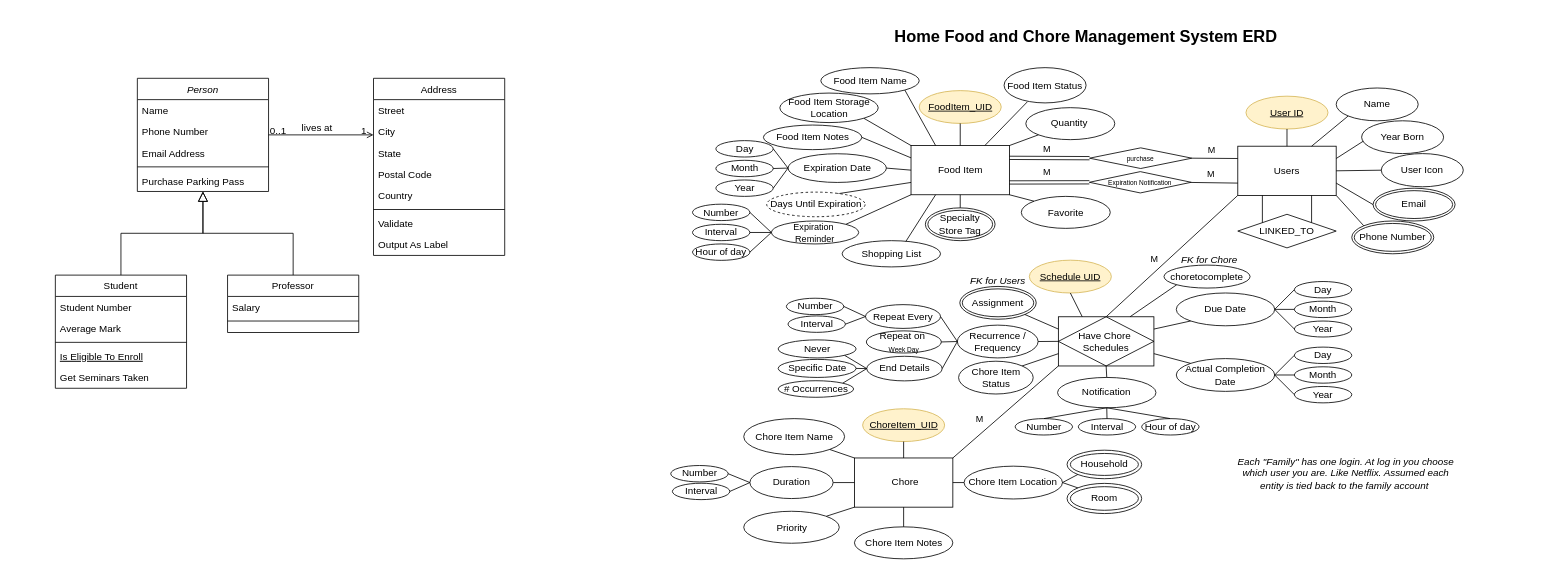
This is Final Project/Diagrams/ClassDiagram.drawio from k-wtamu/CIDM6330, a draw.io file, before an edit. Source tidied: cells renumbered, new cells numbered last; positions are measured from the earlier drawing's top-left corner, leaving out a move shared by most shapes. Both pictures are drawn from the tidied source at 82%, with x=0, y=0 at pixel (55, 20).
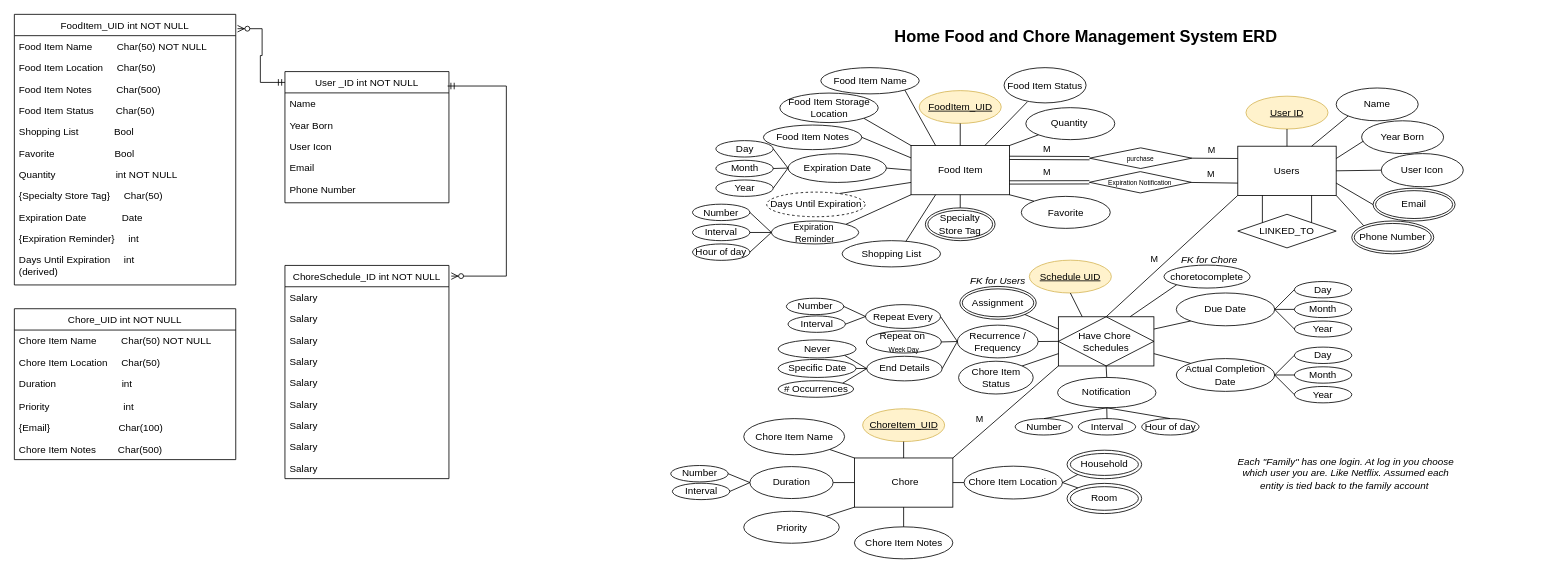
After the change.

Diff of the diagram source:
```diff
@@
-    <mxCell id="2" value="Person" style="swimlane;fontStyle=2;align=center;verticalAlign=top;horizontal=1;startSize=26;rounded=0;shadow=0;strokeWidth=1;" parent="1" vertex="1">
-      <mxGeometry x="100" y="70" width="160" height="138" as="geometry" />
+    <mxCell id="2" value="FoodItem_UID int NOT NULL" style="swimlane;fontStyle=0;align=center;verticalAlign=top;horizontal=1;startSize=26;rounded=0;shadow=0;strokeWidth=1;" parent="1" vertex="1">
+      <mxGeometry x="-50" y="-8" width="270" height="330" as="geometry" />
     </mxCell>
-    <mxCell id="3" value="Name" style="text;align=left;verticalAlign=top;spacingLeft=4;spacingRight=4;overflow=hidden;" parent="2" vertex="1">
-      <mxGeometry y="26" width="160" height="26" as="geometry" />
+    <mxCell id="3" value="Food Item Name         Char(50) NOT NULL" style="text;align=left;verticalAlign=top;spacingLeft=4;spacingRight=4;overflow=hidden;" parent="2" vertex="1">
+      <mxGeometry y="26" width="270" height="26" as="geometry" />
     </mxCell>
-    <mxCell id="4" value="Phone Number" style="text;align=left;verticalAlign=top;spacingLeft=4;spacingRight=4;overflow=hidden;rounded=0;shadow=0;html=0;" parent="2" vertex="1">
-      <mxGeometry y="52" width="160" height="26" as="geometry" />
+    <mxCell id="4" value="Food Item Location     Char(50) " style="text;align=left;verticalAlign=top;spacingLeft=4;spacingRight=4;overflow=hidden;rounded=0;shadow=0;html=0;" parent="2" vertex="1">
+      <mxGeometry y="52" width="270" height="26" as="geometry" />
     </mxCell>
-    <mxCell id="5" value="Email Address" style="text;align=left;verticalAlign=top;spacingLeft=4;spacingRight=4;overflow=hidden;rounded=0;shadow=0;html=0;" parent="2" vertex="1">
-      <mxGeometry y="78" width="160" height="26" as="geometry" />
+    <mxCell id="5" value="Food Item Notes         Char(500) " style="text;align=left;verticalAlign=top;spacingLeft=4;spacingRight=4;overflow=hidden;rounded=0;shadow=0;html=0;" parent="2" vertex="1">
+      <mxGeometry y="78" width="270" height="26" as="geometry" />
     </mxCell>
-    <mxCell id="6" style="line;html=1;strokeWidth=1;align=left;verticalAlign=middle;spacingTop=-1;spacingLeft=3;spacingRight=3;labelPosition=right;" parent="2" vertex="1">
-      <mxGeometry y="104" width="160" height="8" as="geometry" />
-    </mxCell>
+    <mxCell id="175" value="Food Item Status        Char(50) " style="text;align=left;verticalAlign=top;spacingLeft=4;spacingRight=4;overflow=hidden;" parent="2" vertex="1">
+      <mxGeometry y="104" width="270" height="26" as="geometry" />
+    </mxCell>
+    <mxCell id="176" value="Shopping List             Bool" style="text;align=left;verticalAlign=top;spacingLeft=4;spacingRight=4;overflow=hidden;" parent="2" vertex="1">
+      <mxGeometry y="130" width="270" height="26" as="geometry" />
+    </mxCell>
+    <mxCell id="177" value="Favorite                      Bool" style="text;align=left;verticalAlign=top;spacingLeft=4;spacingRight=4;overflow=hidden;" parent="2" vertex="1">
+      <mxGeometry y="156" width="270" height="26" as="geometry" />
+    </mxCell>
+    <mxCell id="178" value="Quantity                      int NOT NULL" style="text;align=left;verticalAlign=top;spacingLeft=4;spacingRight=4;overflow=hidden;" parent="2" vertex="1">
+      <mxGeometry y="182" width="270" height="26" as="geometry" />
+    </mxCell>
+    <mxCell id="179" value="{Specialty Store Tag}     Char(50) " style="text;align=left;verticalAlign=top;spacingLeft=4;spacingRight=4;overflow=hidden;" parent="2" vertex="1">
+      <mxGeometry y="208" width="270" height="26" as="geometry" />
+    </mxCell>
-    <mxCell id="7" value="Purchase Parking Pass" style="text;align=left;verticalAlign=top;spacingLeft=4;spacingRight=4;overflow=hidden;" parent="2" vertex="1">
-      <mxGeometry y="112" width="160" height="26" as="geometry" />
+    <mxCell id="7" value="Expiration Date             Date" style="text;align=left;verticalAlign=top;spacingLeft=4;spacingRight=4;overflow=hidden;" parent="2" vertex="1">
+      <mxGeometry y="234" width="270" height="26" as="geometry" />
     </mxCell>
-    <mxCell id="8" value="Student" style="swimlane;fontStyle=0;align=center;verticalAlign=top;horizontal=1;startSize=26;rounded=0;shadow=0;strokeWidth=1;" parent="1" vertex="1">
-      <mxGeometry y="310" width="160" height="138" as="geometry" />
-    </mxCell>
-    <mxCell id="9" value="Student Number" style="text;align=left;verticalAlign=top;spacingLeft=4;spacingRight=4;overflow=hidden;" parent="8" vertex="1">
-      <mxGeometry y="26" width="160" height="26" as="geometry" />
-    </mxCell>
-    <mxCell id="10" value="Average Mark" style="text;align=left;verticalAlign=top;spacingLeft=4;spacingRight=4;overflow=hidden;rounded=0;shadow=0;html=0;" parent="8" vertex="1">
-      <mxGeometry y="52" width="160" height="26" as="geometry" />
-    </mxCell>
-    <mxCell id="11" style="line;html=1;strokeWidth=1;align=left;verticalAlign=middle;spacingTop=-1;spacingLeft=3;spacingRight=3;labelPosition=right;" parent="8" vertex="1">
-      <mxGeometry y="78" width="160" height="8" as="geometry" />
-    </mxCell>
-    <mxCell id="12" value="Is Eligible To Enroll" style="text;align=left;verticalAlign=top;spacingLeft=4;spacingRight=4;overflow=hidden;fontStyle=4;" parent="8" vertex="1">
-      <mxGeometry y="86" width="160" height="26" as="geometry" />
-    </mxCell>
-    <mxCell id="13" value="Get Seminars Taken" style="text;align=left;verticalAlign=top;spacingLeft=4;spacingRight=4;overflow=hidden;" parent="8" vertex="1">
-      <mxGeometry y="112" width="160" height="26" as="geometry" />
-    </mxCell>
-    <mxCell id="14" style="endArrow=block;endSize=10;endFill=0;shadow=0;strokeWidth=1;rounded=0;curved=0;edgeStyle=elbowEdgeStyle;elbow=vertical;" parent="1" edge="1" source="8" target="2">
-      <mxGeometry relative="1" as="geometry" />
-    </mxCell>
+    <mxCell id="180" value="{Expiration Reminder}     int" style="text;align=left;verticalAlign=top;spacingLeft=4;spacingRight=4;overflow=hidden;" parent="2" vertex="1">
+      <mxGeometry y="260" width="270" height="26" as="geometry" />
+    </mxCell>
+    <mxCell id="181" value="Days Until Expiration     int&#10;(derived)" style="text;align=left;verticalAlign=top;spacingLeft=4;spacingRight=4;overflow=hidden;" parent="2" vertex="1">
+      <mxGeometry y="286" width="270" height="44" as="geometry" />
+    </mxCell>
-    <mxCell id="15" value="Professor" style="swimlane;fontStyle=0;align=center;verticalAlign=top;horizontal=1;startSize=26;rounded=0;shadow=0;strokeWidth=1;" parent="1" vertex="1">
-      <mxGeometry x="210" y="310" width="160" height="70" as="geometry" />
+    <mxCell id="15" value="ChoreSchedule_ID int NOT NULL" style="swimlane;fontStyle=0;align=center;verticalAlign=top;horizontal=1;startSize=26;rounded=0;shadow=0;strokeWidth=1;" parent="1" vertex="1">
+      <mxGeometry x="280" y="298.2" width="200" height="260" as="geometry" />
     </mxCell>
     <mxCell id="16" value="Salary" style="text;align=left;verticalAlign=top;spacingLeft=4;spacingRight=4;overflow=hidden;" parent="15" vertex="1">
-      <mxGeometry y="26" width="160" height="26" as="geometry" />
+      <mxGeometry y="26" width="200" height="26" as="geometry" />
     </mxCell>
-    <mxCell id="17" style="line;html=1;strokeWidth=1;align=left;verticalAlign=middle;spacingTop=-1;spacingLeft=3;spacingRight=3;labelPosition=right;" parent="15" vertex="1">
-      <mxGeometry y="52" width="160" height="8" as="geometry" />
-    </mxCell>
-    <mxCell id="18" style="endArrow=block;endSize=10;endFill=0;shadow=0;strokeWidth=1;rounded=0;curved=0;edgeStyle=elbowEdgeStyle;elbow=vertical;" parent="1" edge="1" source="15" target="2">
-      <mxGeometry relative="1" as="geometry" />
-    </mxCell>
+    <mxCell id="182" value="Salary" style="text;align=left;verticalAlign=top;spacingLeft=4;spacingRight=4;overflow=hidden;" parent="15" vertex="1">
+      <mxGeometry y="52" width="200" height="26" as="geometry" />
+    </mxCell>
+    <mxCell id="183" value="Salary" style="text;align=left;verticalAlign=top;spacingLeft=4;spacingRight=4;overflow=hidden;" parent="15" vertex="1">
+      <mxGeometry y="78" width="200" height="26" as="geometry" />
+    </mxCell>
+    <mxCell id="184" value="Salary" style="text;align=left;verticalAlign=top;spacingLeft=4;spacingRight=4;overflow=hidden;" parent="15" vertex="1">
+      <mxGeometry y="104" width="200" height="26" as="geometry" />
+    </mxCell>
+    <mxCell id="185" value="Salary" style="text;align=left;verticalAlign=top;spacingLeft=4;spacingRight=4;overflow=hidden;" parent="15" vertex="1">
+      <mxGeometry y="130" width="200" height="26" as="geometry" />
+    </mxCell>
+    <mxCell id="186" value="Salary" style="text;align=left;verticalAlign=top;spacingLeft=4;spacingRight=4;overflow=hidden;" parent="15" vertex="1">
+      <mxGeometry y="156" width="200" height="26" as="geometry" />
+    </mxCell>
+    <mxCell id="187" value="Salary" style="text;align=left;verticalAlign=top;spacingLeft=4;spacingRight=4;overflow=hidden;" parent="15" vertex="1">
+      <mxGeometry y="182" width="200" height="26" as="geometry" />
+    </mxCell>
+    <mxCell id="188" value="Salary" style="text;align=left;verticalAlign=top;spacingLeft=4;spacingRight=4;overflow=hidden;" parent="15" vertex="1">
+      <mxGeometry y="208" width="200" height="26" as="geometry" />
+    </mxCell>
+    <mxCell id="189" value="Salary" style="text;align=left;verticalAlign=top;spacingLeft=4;spacingRight=4;overflow=hidden;" parent="15" vertex="1">
+      <mxGeometry y="234" width="200" height="26" as="geometry" />
+    </mxCell>
-    <mxCell id="19" value="Address" style="swimlane;fontStyle=0;align=center;verticalAlign=top;horizontal=1;startSize=26;rounded=0;shadow=0;strokeWidth=1;" parent="1" vertex="1">
-      <mxGeometry x="388" y="70" width="160" height="216" as="geometry" />
+    <mxCell id="19" value="User _ID int NOT NULL" style="swimlane;fontStyle=0;align=center;verticalAlign=top;horizontal=1;startSize=26;rounded=0;shadow=0;strokeWidth=1;" parent="1" vertex="1">
+      <mxGeometry x="280" y="61.8" width="200" height="160" as="geometry" />
     </mxCell>
-    <mxCell id="20" value="Street" style="text;align=left;verticalAlign=top;spacingLeft=4;spacingRight=4;overflow=hidden;" parent="19" vertex="1">
-      <mxGeometry y="26" width="160" height="26" as="geometry" />
+    <mxCell id="20" value="Name" style="text;align=left;verticalAlign=top;spacingLeft=4;spacingRight=4;overflow=hidden;" parent="19" vertex="1">
+      <mxGeometry y="26" width="200" height="26" as="geometry" />
     </mxCell>
-    <mxCell id="21" value="City" style="text;align=left;verticalAlign=top;spacingLeft=4;spacingRight=4;overflow=hidden;rounded=0;shadow=0;html=0;" parent="19" vertex="1">
-      <mxGeometry y="52" width="160" height="26" as="geometry" />
+    <mxCell id="21" value="Year Born" style="text;align=left;verticalAlign=top;spacingLeft=4;spacingRight=4;overflow=hidden;rounded=0;shadow=0;html=0;" parent="19" vertex="1">
+      <mxGeometry y="52" width="200" height="26" as="geometry" />
     </mxCell>
-    <mxCell id="22" value="State" style="text;align=left;verticalAlign=top;spacingLeft=4;spacingRight=4;overflow=hidden;rounded=0;shadow=0;html=0;" parent="19" vertex="1">
-      <mxGeometry y="78" width="160" height="26" as="geometry" />
+    <mxCell id="22" value="User Icon" style="text;align=left;verticalAlign=top;spacingLeft=4;spacingRight=4;overflow=hidden;rounded=0;shadow=0;html=0;" parent="19" vertex="1">
+      <mxGeometry y="78" width="200" height="26" as="geometry" />
     </mxCell>
-    <mxCell id="23" value="Postal Code" style="text;align=left;verticalAlign=top;spacingLeft=4;spacingRight=4;overflow=hidden;rounded=0;shadow=0;html=0;" parent="19" vertex="1">
-      <mxGeometry y="104" width="160" height="26" as="geometry" />
+    <mxCell id="23" value="Email" style="text;align=left;verticalAlign=top;spacingLeft=4;spacingRight=4;overflow=hidden;rounded=0;shadow=0;html=0;" parent="19" vertex="1">
+      <mxGeometry y="104" width="200" height="26" as="geometry" />
     </mxCell>
-    <mxCell id="24" value="Country" style="text;align=left;verticalAlign=top;spacingLeft=4;spacingRight=4;overflow=hidden;rounded=0;shadow=0;html=0;" parent="19" vertex="1">
-      <mxGeometry y="130" width="160" height="26" as="geometry" />
+    <mxCell id="24" value="Phone Number" style="text;align=left;verticalAlign=top;spacingLeft=4;spacingRight=4;overflow=hidden;rounded=0;shadow=0;html=0;" parent="19" vertex="1">
+      <mxGeometry y="130" width="200" height="26" as="geometry" />
     </mxCell>
-    <mxCell id="25" style="line;html=1;strokeWidth=1;align=left;verticalAlign=middle;spacingTop=-1;spacingLeft=3;spacingRight=3;labelPosition=right;" parent="19" vertex="1">
-      <mxGeometry y="156" width="160" height="8" as="geometry" />
-    </mxCell>
-    <mxCell id="26" value="Validate" style="text;align=left;verticalAlign=top;spacingLeft=4;spacingRight=4;overflow=hidden;" parent="19" vertex="1">
-      <mxGeometry y="164" width="160" height="26" as="geometry" />
-    </mxCell>
-    <mxCell id="27" value="Output As Label" style="text;align=left;verticalAlign=top;spacingLeft=4;spacingRight=4;overflow=hidden;" parent="19" vertex="1">
-      <mxGeometry y="190" width="160" height="26" as="geometry" />
-    </mxCell>
-    <mxCell id="28" style="endArrow=open;shadow=0;strokeWidth=1;rounded=0;curved=0;endFill=1;edgeStyle=elbowEdgeStyle;elbow=vertical;" parent="1" edge="1" source="2" target="19">
-      <mxGeometry x="0.5" y="41" relative="1" as="geometry">
-        <mxPoint x="-40" y="32" as="offset" />
-      </mxGeometry>
-    </mxCell>
-    <mxCell id="29" value="0..1" style="align=left;verticalAlign=bottom;labelBackgroundColor=none;fontSize=12;" parent="28" vertex="1">
-      <mxGeometry x="-1" relative="1" as="geometry">
-        <mxPoint y="4" as="offset" />
-      </mxGeometry>
-    </mxCell>
-    <mxCell id="30" value="1" style="align=right;verticalAlign=bottom;labelBackgroundColor=none;fontSize=12;" parent="28" vertex="1">
-      <mxGeometry x="1" relative="1" as="geometry">
-        <mxPoint x="-7" y="4" as="offset" />
-      </mxGeometry>
-    </mxCell>
-    <mxCell id="31" value="lives at" style="text;html=1;align=center;verticalAlign=middle;labelBackgroundColor=none;rounded=0;shadow=0;strokeWidth=1;fontSize=12;" parent="28" vertex="1">
-      <mxGeometry x="0.5" y="49" relative="1" as="geometry">
-        <mxPoint x="-38" y="40" as="offset" />
-      </mxGeometry>
-    </mxCell>
@@
+    <mxCell id="190" value="Chore_UID int NOT NULL" style="swimlane;fontStyle=0;align=center;verticalAlign=top;horizontal=1;startSize=26;rounded=0;shadow=0;strokeWidth=1;" parent="1" vertex="1">
+      <mxGeometry x="-50" y="351" width="270" height="184" as="geometry" />
+    </mxCell>
+    <mxCell id="191" value="Chore Item Name         Char(50) NOT NULL" style="text;align=left;verticalAlign=top;spacingLeft=4;spacingRight=4;overflow=hidden;" parent="190" vertex="1">
+      <mxGeometry y="26" width="270" height="26" as="geometry" />
+    </mxCell>
+    <mxCell id="192" value="Chore Item Location     Char(50)" style="text;align=left;verticalAlign=top;spacingLeft=4;spacingRight=4;overflow=hidden;rounded=0;shadow=0;html=0;" parent="190" vertex="1">
+      <mxGeometry y="52" width="270" height="26" as="geometry" />
+    </mxCell>
+    <mxCell id="193" value="Duration                        int " style="text;align=left;verticalAlign=top;spacingLeft=4;spacingRight=4;overflow=hidden;rounded=0;shadow=0;html=0;" parent="190" vertex="1">
+      <mxGeometry y="78" width="270" height="28" as="geometry" />
+    </mxCell>
+    <mxCell id="194" value="Priority                           int" style="text;align=left;verticalAlign=top;spacingLeft=4;spacingRight=4;overflow=hidden;rounded=0;shadow=0;html=0;" parent="190" vertex="1">
+      <mxGeometry y="106" width="270" height="26" as="geometry" />
+    </mxCell>
+    <mxCell id="195" value="{Email}                         Char(100)" style="text;align=left;verticalAlign=top;spacingLeft=4;spacingRight=4;overflow=hidden;rounded=0;shadow=0;html=0;" parent="190" vertex="1">
+      <mxGeometry y="132" width="270" height="26" as="geometry" />
+    </mxCell>
+    <mxCell id="196" value="Chore Item Notes        Char(500)" style="text;align=left;verticalAlign=top;spacingLeft=4;spacingRight=4;overflow=hidden;rounded=0;shadow=0;html=0;" parent="190" vertex="1">
+      <mxGeometry y="158" width="270" height="26" as="geometry" />
+    </mxCell>
+    <mxCell id="197" style="edgeStyle=entityRelationEdgeStyle;fontSize=12;html=1;endArrow=ERmandOne;startArrow=ERzeroToMany;rounded=0;endFill=0;exitX=1.008;exitY=0.053;exitDx=0;exitDy=0;exitPerimeter=0;" parent="1" edge="1" source="2">
+      <mxGeometry relative="1" as="geometry">
+        <mxPoint x="280" y="75" as="targetPoint" />
+      </mxGeometry>
+    </mxCell>
+    <mxCell id="198" style="edgeStyle=orthogonalEdgeStyle;fontSize=12;html=1;endArrow=ERmandOne;startArrow=ERzeroToMany;rounded=0;endFill=0;exitX=1.014;exitY=0.05;exitDx=0;exitDy=0;exitPerimeter=0;entryX=0.992;entryY=0.11;entryDx=0;entryDy=0;entryPerimeter=0;" parent="1" edge="1" source="15" target="19">
+      <mxGeometry relative="1" as="geometry">
+        <Array as="points">
+          <mxPoint x="550" y="311" />
+          <mxPoint x="550" y="80" />
+          <mxPoint x="478" y="80" />
+        </Array>
+      </mxGeometry>
+    </mxCell>
```
